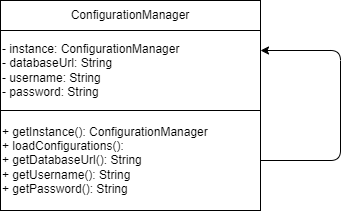
Before: Padrões de Projetos/src/singleton/UML.drawio.png, a diagram exported from draw.io (Incivius/BERTOTI). Source tidied: cells renumbered, new cells last; positions are measured from the earlier drawing's top-left corner, leaving out a move shared by most shapes.
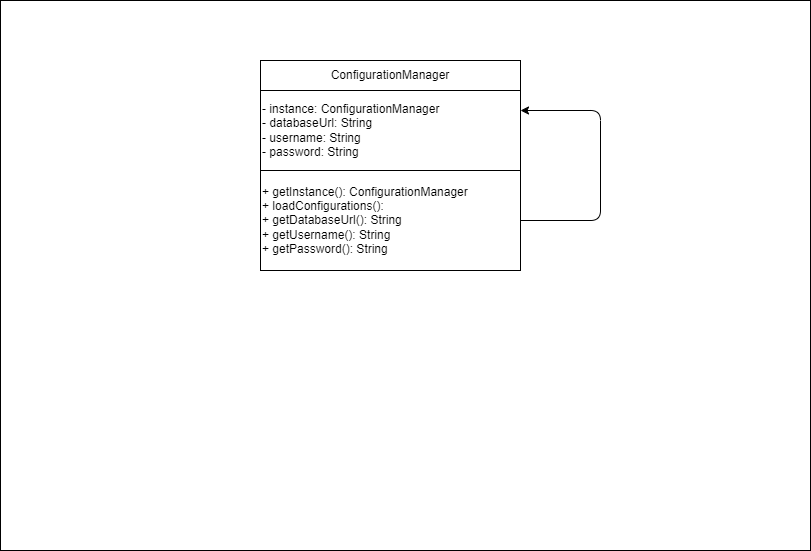
Above is the later version.

The edit, as a diff of the source:
```diff
@@ -2,6 +2,9 @@
   <root>
     <mxCell id="0" />
     <mxCell id="1" parent="0" />
+    <mxCell id="6" style="rounded=0;whiteSpace=wrap;html=1;" parent="1" vertex="1">
+      <mxGeometry x="-260" y="-60" width="810" height="550" as="geometry" />
+    </mxCell>
     <mxCell id="2" value="ConfigurationManager" style="rounded=0;whiteSpace=wrap;html=1;" parent="1" vertex="1">
       <mxGeometry width="260" height="30" as="geometry" />
     </mxCell>
```
